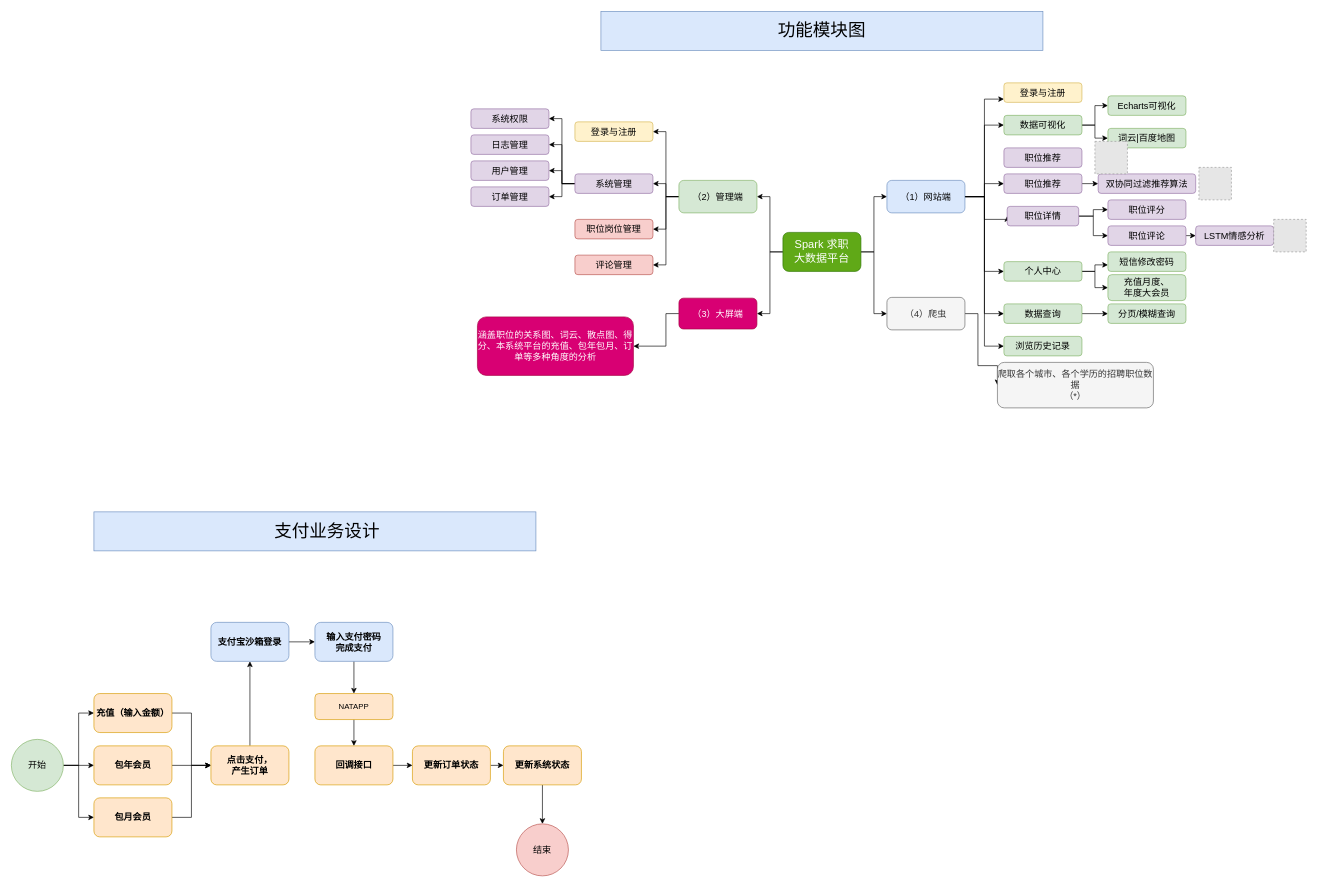
Earlier version of the draw.io diagram SPARK/03-Job.drawio (redcomet88/DRAW). Source tidied: cells renumbered, new cells numbered last; positions are measured from the earlier drawing's top-left corner, leaving out a move shared by most shapes. Both pictures are drawn from the tidied source at 65%, with x=0, y=0 at pixel (11, 11). Pictures stored in the file or linked from it are replaced by grey dashed boxes.
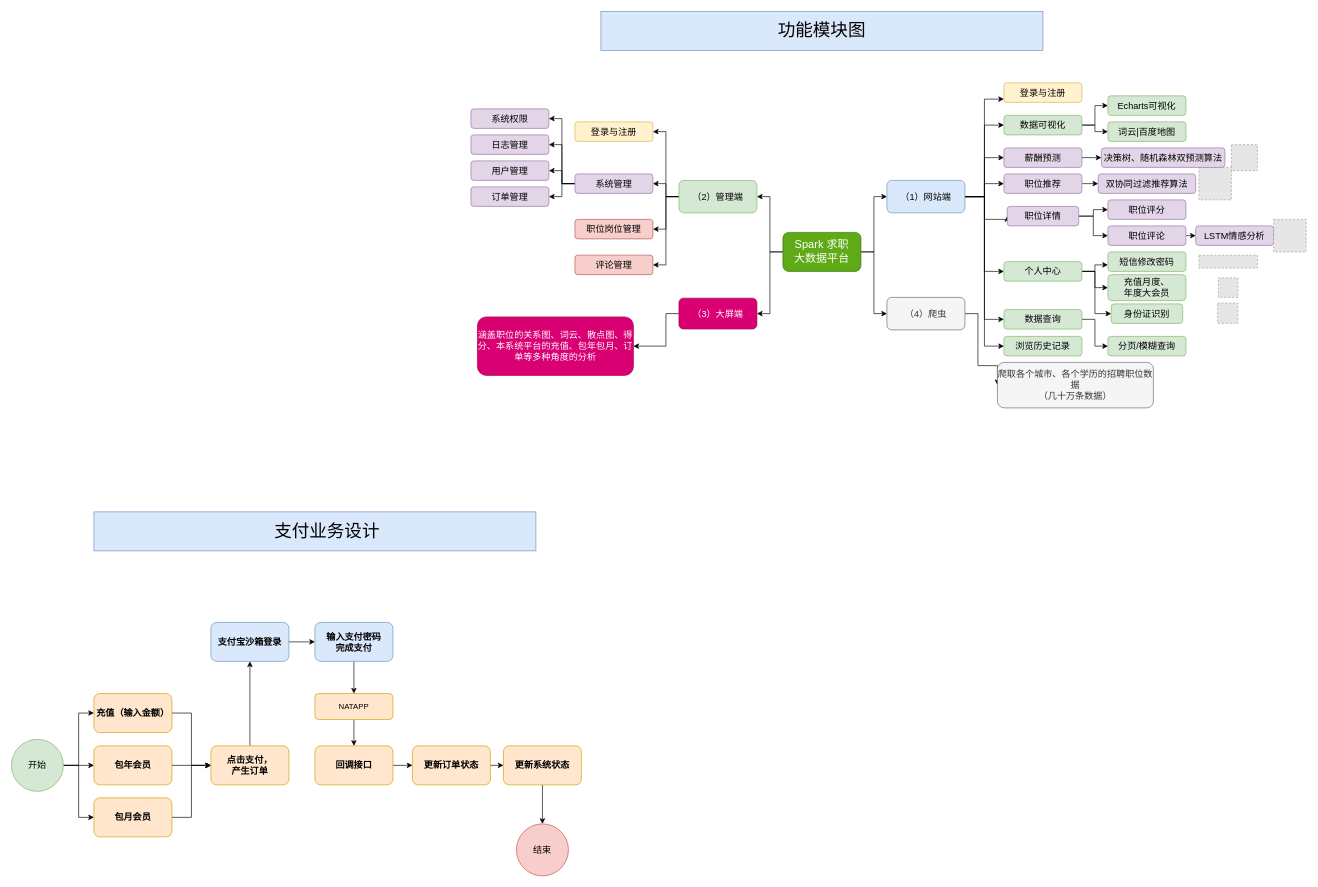
After the change.

Unchanged cells that the change refers to:
```xml
<mxCell id="9" value="（1）网站端" style="rounded=1;whiteSpace=wrap;html=1;fontSize=14;fillColor=#dae8fc;strokeColor=#6c8ebf;" parent="1" vertex="1">
  <mxGeometry x="1347" y="260" width="120" height="50" as="geometry" />
</mxCell>
<mxCell id="28" value="个人中心" style="rounded=1;whiteSpace=wrap;html=1;fontSize=14;fillColor=#d5e8d4;strokeColor=#82b366;" parent="1" vertex="1">
  <mxGeometry x="1527" y="385" width="120" height="30" as="geometry" />
</mxCell>
```

What changed in the source:
```diff
@@
+    <mxCell id="95" style="edgeStyle=orthogonalEdgeStyle;rounded=0;jettySize=auto;html=1;exitX=1;exitY=0.5;exitDx=0;exitDy=0;entryX=0;entryY=0.5;entryDx=0;entryDy=0;" parent="1" edge="1" source="9" target="94">
+      <mxGeometry relative="1" as="geometry" />
+    </mxCell>
@@
     <mxCell id="16" value="数据查询" style="rounded=1;whiteSpace=wrap;html=1;fontSize=14;fillColor=#d5e8d4;strokeColor=#82b366;" parent="1" vertex="1">
-      <mxGeometry x="1527" y="450" width="120" height="30" as="geometry" />
+      <mxGeometry x="1527" y="458.8" width="120" height="30" as="geometry" />
     </mxCell>
@@
     <mxCell id="20" value="词云|百度地图" style="rounded=1;whiteSpace=wrap;html=1;fontSize=14;fillColor=#d5e8d4;strokeColor=#82b366;" parent="1" vertex="1">
-      <mxGeometry x="1687" y="180" width="120" height="30" as="geometry" />
+      <mxGeometry x="1687" y="170" width="120" height="30" as="geometry" />
     </mxCell>
     <mxCell id="21" value="分页/模糊查询" style="rounded=1;whiteSpace=wrap;html=1;fontSize=14;fillColor=#d5e8d4;strokeColor=#82b366;" parent="1" vertex="1">
-      <mxGeometry x="1687" y="450" width="120" height="30" as="geometry" />
+      <mxGeometry x="1687" y="500" width="120" height="30" as="geometry" />
     </mxCell>
@@
+    <mxCell id="96" style="edgeStyle=orthogonalEdgeStyle;rounded=0;jettySize=auto;html=1;exitX=1;exitY=0.5;exitDx=0;exitDy=0;entryX=0;entryY=0.5;entryDx=0;entryDy=0;" parent="1" edge="1" source="28" target="102">
+      <mxGeometry relative="1" as="geometry">
+        <Array as="points">
+          <mxPoint x="1667" y="400" />
+          <mxPoint x="1667" y="465" />
+        </Array>
+      </mxGeometry>
+    </mxCell>
@@
-    <mxCell id="54" value="爬取各个城市、各个学历的招聘职位数据&lt;br&gt;（*）" style="rounded=1;whiteSpace=wrap;html=1;fontSize=14;fillColor=#f5f5f5;strokeColor=#666666;fontColor=#333333;" parent="1" vertex="1">
+    <mxCell id="54" value="爬取各个城市、各个学历的招聘职位数据&lt;br&gt;（几十万条数据）" style="rounded=1;whiteSpace=wrap;html=1;fontSize=14;fillColor=#f5f5f5;strokeColor=#666666;fontColor=#333333;" parent="1" vertex="1">
       <mxGeometry x="1517" y="540" width="240" height="70" as="geometry" />
     </mxCell>
@@
     <mxCell id="91" style="fillColor=#E6E6E6;strokeColor=#999999;dashed=1;verticalLabelPosition=bottom;labelBackgroundColor=default;verticalAlign=top;" parent="1" vertex="1">
-      <mxGeometry x="1667" y="200" width="50" height="50" as="geometry" />
+      <mxGeometry x="1877" y="205" width="40" height="40" as="geometry" />
     </mxCell>
@@
+    <mxCell id="97" style="edgeStyle=orthogonalEdgeStyle;rounded=0;jettySize=auto;html=1;exitX=1;exitY=0.5;exitDx=0;exitDy=0;entryX=0;entryY=0.5;entryDx=0;entryDy=0;" parent="1" edge="1" source="94" target="98">
+      <mxGeometry relative="1" as="geometry" />
+    </mxCell>
-    <mxCell id="94" value="职位推荐" style="rounded=1;whiteSpace=wrap;html=1;fontSize=14;fillColor=#e1d5e7;strokeColor=#9673a6;" parent="1" vertex="1">
+    <mxCell id="94" value="薪酬预测" style="rounded=1;whiteSpace=wrap;html=1;fontSize=14;fillColor=#e1d5e7;strokeColor=#9673a6;" parent="1" vertex="1">
       <mxGeometry x="1527" y="210" width="120" height="30" as="geometry" />
     </mxCell>
+    <mxCell id="98" value="决策树、随机森林双预测算法" style="rounded=1;whiteSpace=wrap;html=1;fontSize=14;fillColor=#e1d5e7;strokeColor=#9673a6;" parent="1" vertex="1">
+      <mxGeometry x="1677" y="210" width="190" height="30" as="geometry" />
+    </mxCell>
+    <mxCell id="99" style="fillColor=#E6E6E6;strokeColor=#999999;dashed=1;verticalLabelPosition=bottom;labelBackgroundColor=default;verticalAlign=top;" parent="1" vertex="1">
+      <mxGeometry x="1855.8" y="448.8" width="31.2" height="31.2" as="geometry" />
+    </mxCell>
+    <mxCell id="100" style="fillColor=#E6E6E6;strokeColor=#999999;dashed=1;verticalLabelPosition=bottom;labelBackgroundColor=default;verticalAlign=top;" parent="1" vertex="1">
+      <mxGeometry x="1857" y="410" width="30" height="30" as="geometry" />
+    </mxCell>
+    <mxCell id="101" style="fillColor=#E6E6E6;strokeColor=#999999;dashed=1;verticalLabelPosition=bottom;labelBackgroundColor=default;verticalAlign=top;" parent="1" vertex="1">
+      <mxGeometry x="1827" y="375" width="90" height="20" as="geometry" />
+    </mxCell>
+    <mxCell id="102" value="身份证识别" style="rounded=1;whiteSpace=wrap;html=1;fontSize=14;fillColor=#d5e8d4;strokeColor=#82b366;" parent="1" vertex="1">
+      <mxGeometry x="1692" y="450" width="110" height="30" as="geometry" />
+    </mxCell>
```
